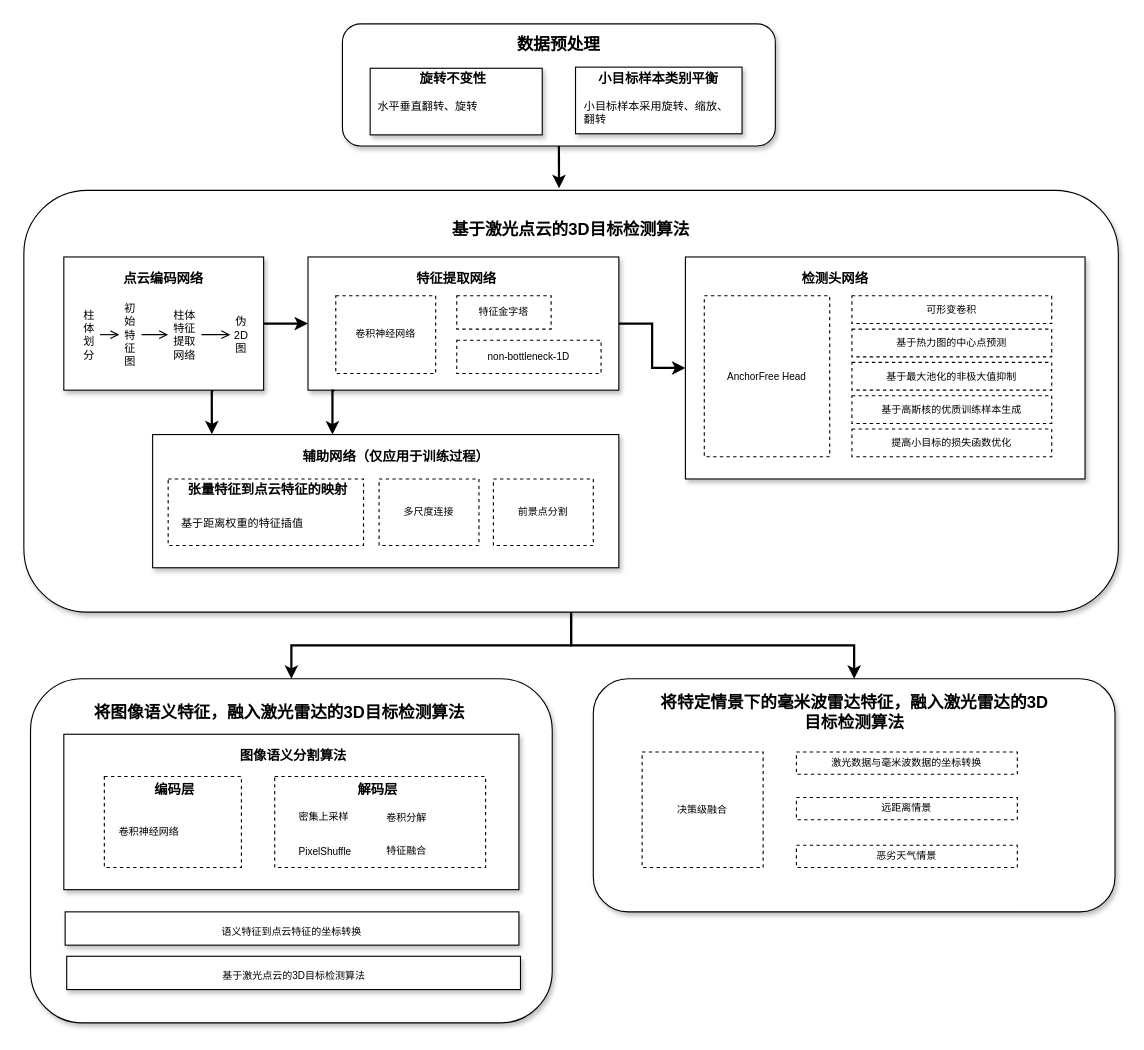
Above: 开题.drawio in wennieWN/UML (draw.io), before the change. Source tidied: cells renumbered, new cells numbered last; positions are measured from the earlier drawing's top-left corner, leaving out a move shared by most shapes. Both pictures are drawn from the tidied source at 111%, with x=0, y=0 at pixel (23, 23).
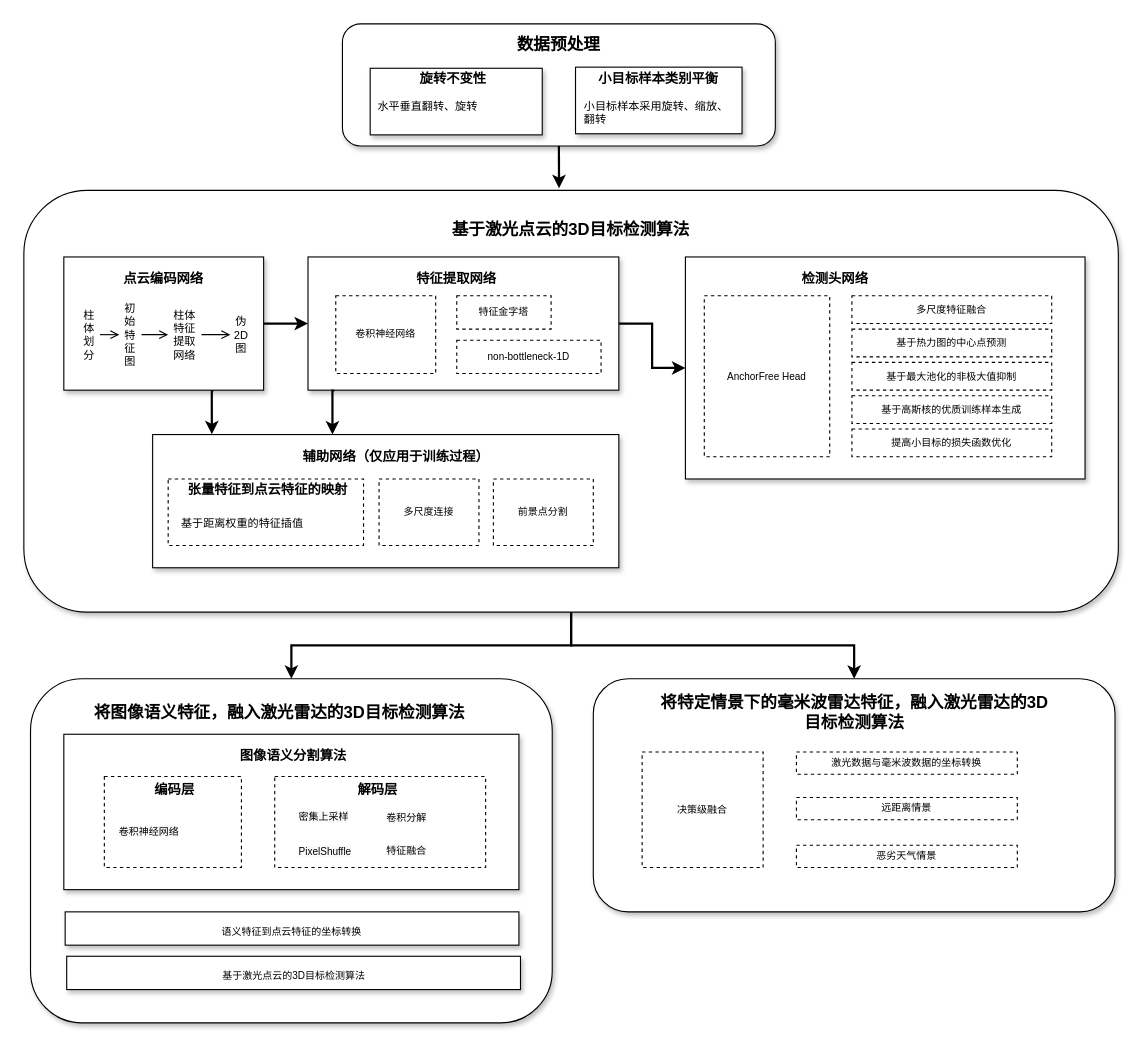
The same diagram, later.

Diff of the diagram source:
```diff
@@
-    <mxCell id="41" value="可形变卷积" style="rounded=0;whiteSpace=wrap;html=1;shadow=0;fontSize=9;align=center;dashed=1;" parent="1" vertex="1">
+    <mxCell id="41" value="多尺度特征融合" style="rounded=0;whiteSpace=wrap;html=1;shadow=0;fontSize=9;align=center;dashed=1;" parent="1" vertex="1">
       <mxGeometry x="746" y="245" width="180" height="25" as="geometry" />
     </mxCell>
```
